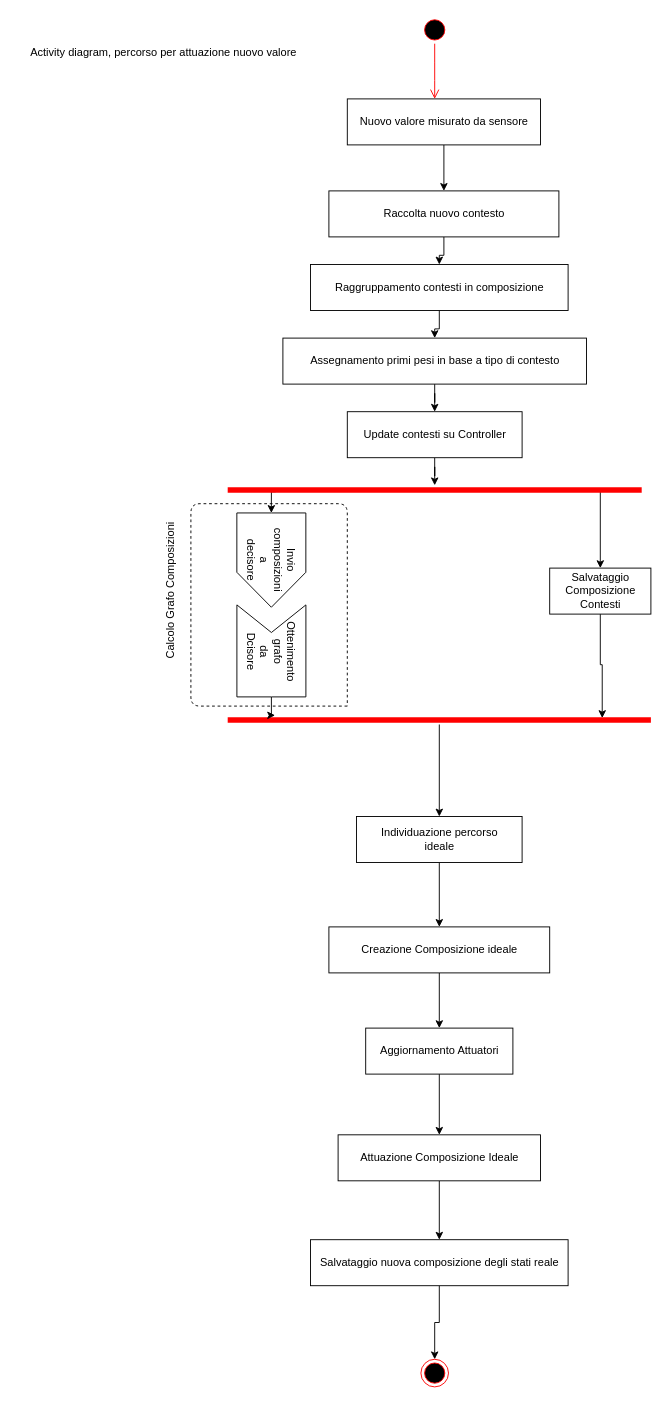
Earlier version of the draw.io diagram page "Page-3" (3 of 4) of uml.drawio (Sbef98/Botolo). Source tidied: cells renumbered, new cells numbered last; positions are measured from the earlier drawing's top-left corner, leaving out a move shared by most shapes. Both pictures are drawn from the tidied source at 92%, with x=0, y=0 at pixel (16, 16).
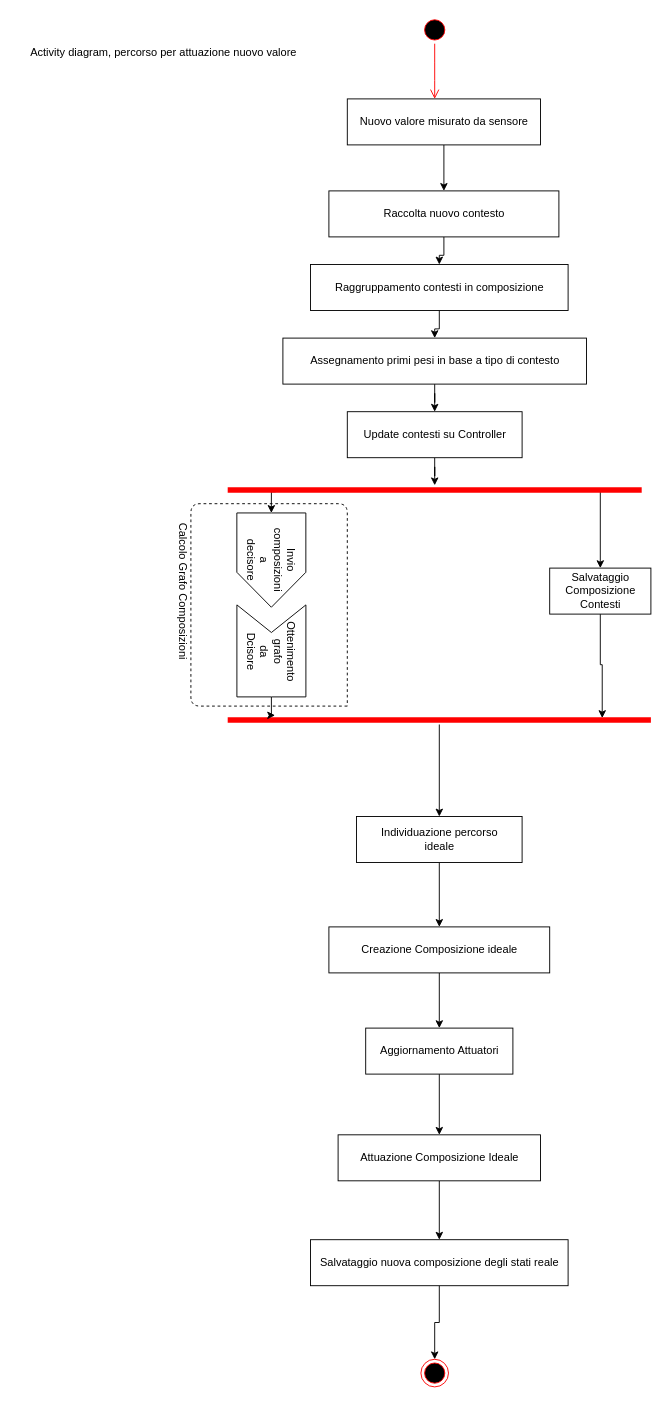
Above is the later version.

What changed in the source:
```diff
@@
-    <mxCell id="36" value="&lt;div&gt;Calcolo Grafo Composizioni&lt;/div&gt;&lt;div&gt;&lt;br&gt;&lt;/div&gt;" style="text;html=1;align=center;verticalAlign=middle;rotation=-90;" parent="1" vertex="1">
+    <mxCell id="36" value="&lt;div&gt;Calcolo Grafo Composizioni&lt;/div&gt;&lt;div&gt;&lt;br&gt;&lt;/div&gt;" style="text;html=1;align=center;verticalAlign=middle;rotation=90;" parent="1" vertex="1">
       <mxGeometry x="90" y="610" width="170" height="30" as="geometry" />
     </mxCell>
```
